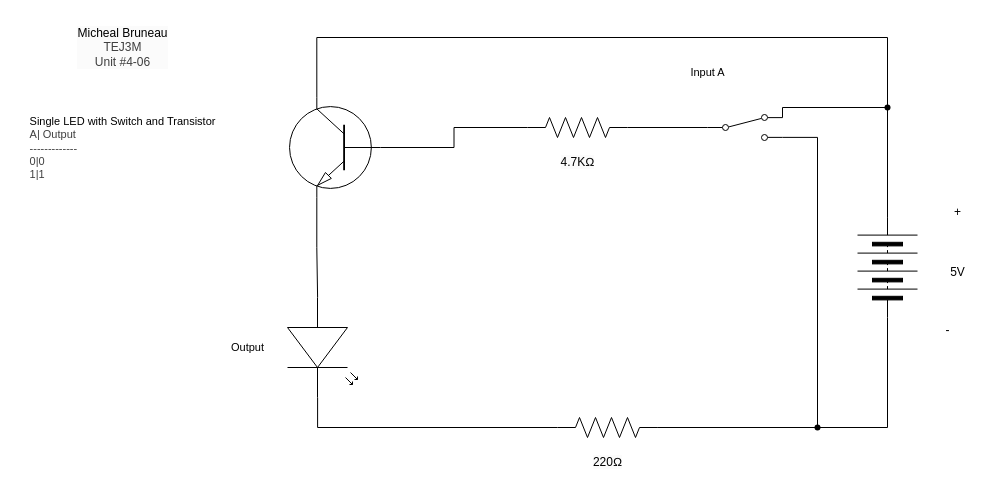
The draw.io diagram TEJ3M 4-06/Schematic diagram.drawio in michael-bruneau/TEJ3M-Unit-4, before the edit. Source tidied: cells renumbered, new cells numbered last; positions are measured from the earlier drawing's top-left corner, leaving out a move shared by most shapes. Both pictures are drawn from the tidied source at 100%, with x=0, y=0 at pixel (17, 17).
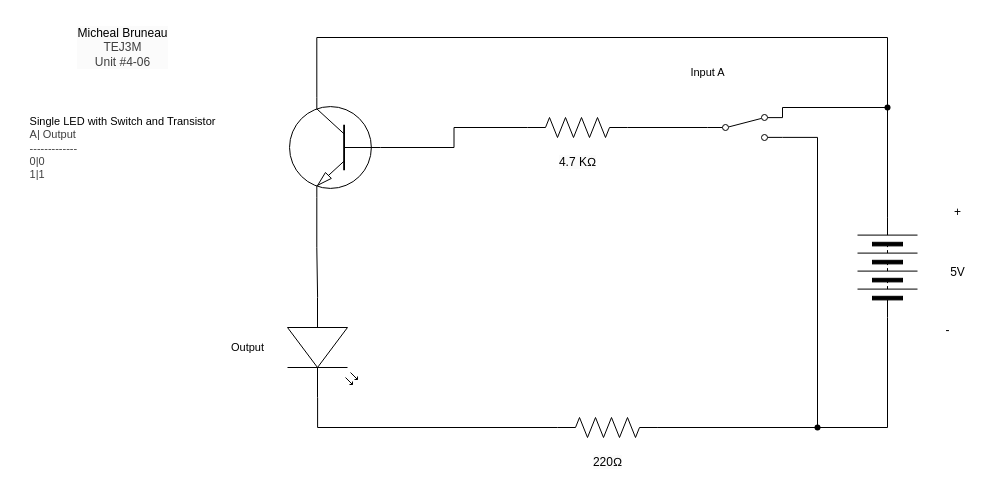
The same page after the edit.

Diff of the diagram source:
```diff
@@
-    <mxCell id="24" value="&lt;span style=&quot;font-size: 12px; background-color: rgb(251, 251, 251);&quot;&gt;4.7KΩ&lt;/span&gt;" style="text;html=1;align=center;verticalAlign=middle;strokeColor=none;fillColor=none;fontFamily=Helvetica;fontSize=11;fontColor=default;labelBackgroundColor=default;" parent="1" vertex="1">
+    <mxCell id="24" value="&lt;span style=&quot;font-size: 12px; background-color: rgb(251, 251, 251);&quot;&gt;4.7 KΩ&lt;/span&gt;" style="text;html=1;align=center;verticalAlign=middle;strokeColor=none;fillColor=none;fontFamily=Helvetica;fontSize=11;fontColor=default;labelBackgroundColor=default;" parent="1" vertex="1">
       <mxGeometry x="530" y="130" width="60" height="30" as="geometry" />
     </mxCell>
```
